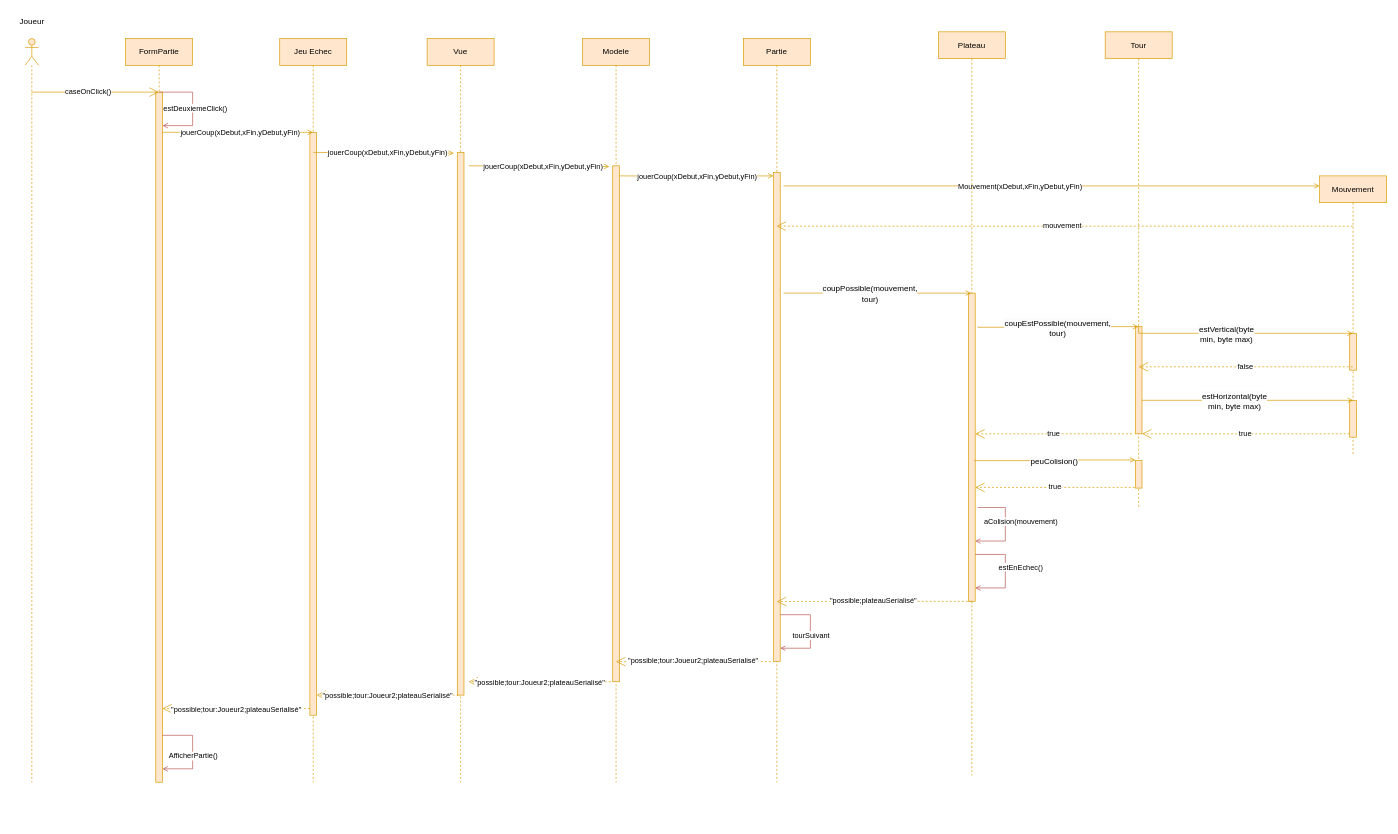
Above: SequenceNominal.drawio in felixcharbonneau/Echec (draw.io), before the change. Source tidied: cells renumbered, new cells numbered last; positions are measured from the earlier drawing's top-left corner, leaving out a move shared by most shapes. Both pictures are drawn from the tidied source at 67%, with x=0, y=0 at pixel (11, 11).
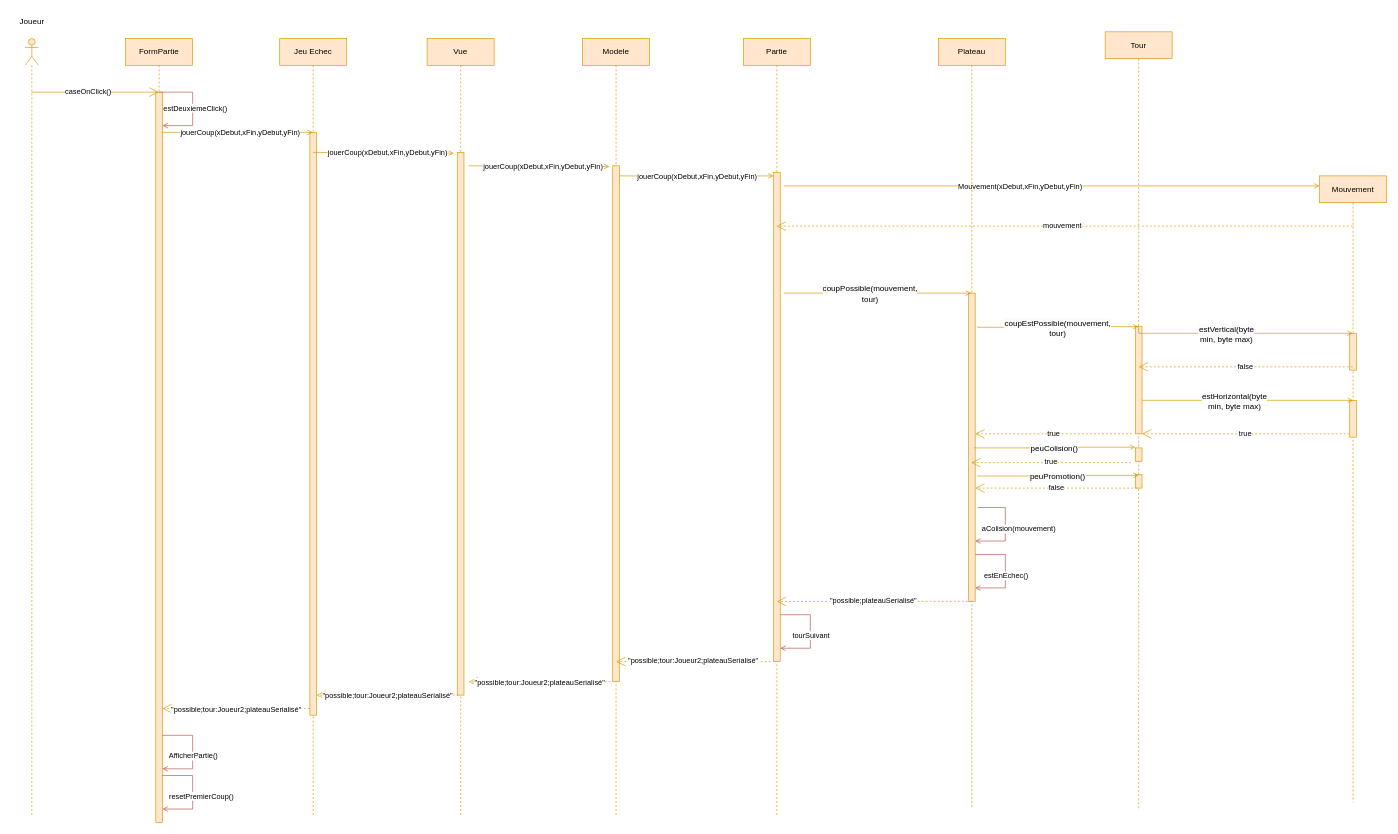
After the change.

Commit message (it also covers changes not shown here):
Mettre à jour SequenceNominal.drawio

The change refers to these unchanged cells:
```xml
<mxCell id="54" style="endArrow=none;endFill=1;endSize=12;html=1;rounded=0;startArrow=open;startFill=0;fillColor=#f8cecc;strokeColor=#b85450;" parent="1" edge="1">
  <mxGeometry relative="1" as="geometry">
    <mxPoint x="1438" y="790" as="sourcePoint" />
    <mxPoint x="1442" y="740" as="targetPoint" />
    <Array as="points">
      <mxPoint x="1483" y="790" />
      <mxPoint x="1483" y="740" />
    </Array>
  </mxGeometry>
</mxCell>
<mxCell id="56" style="endArrow=none;endFill=1;endSize=12;html=1;rounded=0;startArrow=open;startFill=0;fillColor=#f8cecc;strokeColor=#b85450;" parent="1" edge="1">
  <mxGeometry relative="1" as="geometry">
    <mxPoint x="1438" y="860" as="sourcePoint" />
    <mxPoint x="1438" y="810" as="targetPoint" />
    <Array as="points">
      <mxPoint x="1483" y="860" />
      <mxPoint x="1483" y="810" />
    </Array>
  </mxGeometry>
</mxCell>
```

The edit, as a diff of the source:
```diff
@@
     <mxCell id="2" style="shape=umlLifeline;perimeter=lifelinePerimeter;whiteSpace=wrap;html=1;outlineConnect=0;portConstraint=eastwest;newEdgeStyle={&quot;curved&quot;:0,&quot;rounded&quot;:0};participant=umlActor;fillColor=#ffe6cc;strokeColor=#d79b00;" parent="1" vertex="1">
-      <mxGeometry x="20" y="40" width="20" height="1110" as="geometry" />
+      <mxGeometry x="20" y="40" width="20" height="1160" as="geometry" />
     </mxCell>
@@
     <mxCell id="4" value="FormPartie" style="shape=umlLifeline;perimeter=lifelinePerimeter;whiteSpace=wrap;html=1;outlineConnect=0;portConstraint=eastwest;newEdgeStyle={&quot;curved&quot;:0,&quot;rounded&quot;:0};fillColor=#ffe6cc;strokeColor=#d79b00;" parent="1" vertex="1">
-      <mxGeometry x="170" y="40" width="100" height="1110" as="geometry" />
+      <mxGeometry x="170" y="40" width="100" height="1170" as="geometry" />
     </mxCell>
     <mxCell id="5" style="html=1;points=[[0,0,0,0,5],[0,1,0,0,-5],[1,0,0,0,5],[1,1,0,0,-5]];perimeter=orthogonalPerimeter;outlineConnect=0;targetShapes=umlLifeline;portConstraint=eastwest;newEdgeStyle={&quot;curved&quot;:0,&quot;rounded&quot;:0};fillColor=#ffe6cc;strokeColor=#d79b00;" parent="4" vertex="1">
-      <mxGeometry x="45" y="80" width="10" height="1030" as="geometry" />
+      <mxGeometry x="45" y="80" width="10" height="1090" as="geometry" />
     </mxCell>
@@
     <mxCell id="8" value="Jeu Echec" style="shape=umlLifeline;perimeter=lifelinePerimeter;whiteSpace=wrap;html=1;newEdgeStyle={&quot;curved&quot;:0,&quot;rounded&quot;:0};fillColor=#ffe6cc;strokeColor=#d79b00;" parent="1" vertex="1">
-      <mxGeometry x="400" y="40" width="100" height="1110" as="geometry" />
+      <mxGeometry x="400" y="40" width="100" height="1160" as="geometry" />
     </mxCell>
@@
     <mxCell id="14" value="Modele" style="shape=umlLifeline;perimeter=lifelinePerimeter;whiteSpace=wrap;html=1;newEdgeStyle={&quot;curved&quot;:0,&quot;rounded&quot;:0};fillColor=#ffe6cc;strokeColor=#d79b00;" parent="1" vertex="1">
-      <mxGeometry x="852" y="40" width="100" height="1110" as="geometry" />
+      <mxGeometry x="852" y="40" width="100" height="1160" as="geometry" />
     </mxCell>
@@
     <mxCell id="18" value="Partie" style="shape=umlLifeline;perimeter=lifelinePerimeter;whiteSpace=wrap;html=1;outlineConnect=0;portConstraint=eastwest;newEdgeStyle={&quot;curved&quot;:0,&quot;rounded&quot;:0};fillColor=#ffe6cc;strokeColor=#d79b00;" parent="1" vertex="1">
-      <mxGeometry x="1092" y="40" width="100" height="1110" as="geometry" />
+      <mxGeometry x="1092" y="40" width="100" height="1160" as="geometry" />
     </mxCell>
@@
     <mxCell id="22" value="Mouvement" style="shape=umlLifeline;perimeter=lifelinePerimeter;whiteSpace=wrap;html=1;outlineConnect=0;portConstraint=eastwest;newEdgeStyle={&quot;curved&quot;:0,&quot;rounded&quot;:0};fillColor=#ffe6cc;strokeColor=#d79b00;" parent="1" vertex="1">
-      <mxGeometry x="1952" y="245" width="100" height="415" as="geometry" />
+      <mxGeometry x="1952" y="245" width="100" height="935" as="geometry" />
     </mxCell>
@@
     <mxCell id="29" value="Plateau" style="shape=umlLifeline;perimeter=lifelinePerimeter;whiteSpace=wrap;html=1;newEdgeStyle={&quot;curved&quot;:0,&quot;rounded&quot;:0};fillColor=#ffe6cc;strokeColor=#d79b00;" parent="1" vertex="1">
-      <mxGeometry x="1383" y="30" width="100" height="1110" as="geometry" />
+      <mxGeometry x="1383" y="40" width="100" height="1150" as="geometry" />
     </mxCell>
     <mxCell id="30" style="html=1;points=[[0,0,0,0,5],[0,1,0,0,-5],[1,0,0,0,5],[1,1,0,0,-5]];perimeter=orthogonalPerimeter;outlineConnect=0;targetShapes=umlLifeline;portConstraint=eastwest;newEdgeStyle={&quot;curved&quot;:0,&quot;rounded&quot;:0};fillColor=#ffe6cc;strokeColor=#d79b00;" parent="29" vertex="1">
-      <mxGeometry x="45" y="390" width="10" height="460" as="geometry" />
+      <mxGeometry x="45" y="380" width="10" height="460" as="geometry" />
     </mxCell>
@@
     <mxCell id="35" value="Tour" style="shape=umlLifeline;perimeter=lifelinePerimeter;whiteSpace=wrap;html=1;outlineConnect=0;portConstraint=eastwest;newEdgeStyle={&quot;curved&quot;:0,&quot;rounded&quot;:0};fillColor=#ffe6cc;strokeColor=#d79b00;" parent="1" vertex="1">
-      <mxGeometry x="1632" y="30" width="100" height="710" as="geometry" />
+      <mxGeometry x="1632" y="30" width="100" height="1160" as="geometry" />
     </mxCell>
@@
     <mxCell id="37" style="html=1;perimeter=orthogonalPerimeter;targetShapes=umlLifeline;newEdgeStyle={&quot;curved&quot;:0,&quot;rounded&quot;:0};fillColor=#ffe6cc;strokeColor=#d79b00;" parent="35" vertex="1">
-      <mxGeometry x="45" y="640" width="10" height="41" as="geometry" />
+      <mxGeometry x="45" y="621" width="10" height="20" as="geometry" />
     </mxCell>
+    <mxCell id="74" style="html=1;perimeter=orthogonalPerimeter;targetShapes=umlLifeline;newEdgeStyle={&quot;curved&quot;:0,&quot;rounded&quot;:0};fillColor=#ffe6cc;strokeColor=#d79b00;" parent="35" vertex="1">
+      <mxGeometry x="45" y="661" width="10" height="20" as="geometry" />
+    </mxCell>
@@
     <mxCell id="50" style="edgeStyle=orthogonalEdgeStyle;rounded=0;orthogonalLoop=1;jettySize=auto;html=1;curved=0;endArrow=open;endFill=0;fillColor=#ffe6cc;strokeColor=#d79b00;" parent="1" edge="1">
       <mxGeometry relative="1" as="geometry">
-        <mxPoint x="1437" y="669" as="sourcePoint" />
-        <mxPoint x="1677" y="669" as="targetPoint" />
+        <mxPoint x="1437" y="650" as="sourcePoint" />
+        <mxPoint x="1677" y="650" as="targetPoint" />
         <Array as="points">
-          <mxPoint x="1437" y="670" />
-          <mxPoint x="1533" y="670" />
-          <mxPoint x="1533" y="669" />
+          <mxPoint x="1437" y="651" />
+          <mxPoint x="1533" y="651" />
+          <mxPoint x="1533" y="650" />
         </Array>
       </mxGeometry>
     </mxCell>
@@
-    <mxCell id="52" style="endArrow=open;endFill=1;endSize=12;html=1;rounded=0;fillColor=#ffe6cc;strokeColor=#d79b00;dashed=1;exitX=0;exitY=1;exitDx=0;exitDy=-5;exitPerimeter=0;" parent="1" edge="1" target="30">
+    <mxCell id="52" style="endArrow=open;endFill=1;endSize=12;html=1;rounded=0;fillColor=#ffe6cc;strokeColor=#d79b00;dashed=1;exitX=0;exitY=1;exitDx=0;exitDy=-5;exitPerimeter=0;" parent="1" edge="1">
       <mxGeometry relative="1" as="geometry">
-        <mxPoint x="1676" y="710" as="sourcePoint" />
+        <mxPoint x="1671" y="673" as="sourcePoint" />
+        <mxPoint x="1432" y="673" as="targetPoint" />
         <Array as="points">
-          <mxPoint x="1571" y="710" />
+          <mxPoint x="1566" y="673" />
         </Array>
       </mxGeometry>
     </mxCell>
@@
     <mxCell id="55" value="aColision(mouvement)" style="edgeLabel;html=1;align=center;verticalAlign=middle;" parent="54" vertex="1">
       <mxGeometry x="-0.01" y="-3" relative="1" as="geometry">
-        <mxPoint x="19" y="-8" as="offset" />
+        <mxPoint x="16" y="3" as="offset" />
       </mxGeometry>
     </mxCell>
@@
     <mxCell id="57" value="estEnEchec()" style="edgeLabel;html=1;align=center;verticalAlign=middle;" parent="56" vertex="1">
       <mxGeometry x="-0.01" y="-3" relative="1" as="geometry">
-        <mxPoint x="19" y="-8" as="offset" />
+        <mxPoint x="-3" y="5" as="offset" />
       </mxGeometry>
     </mxCell>
@@
     <mxCell id="60" value="Vue" style="shape=umlLifeline;perimeter=lifelinePerimeter;whiteSpace=wrap;html=1;newEdgeStyle={&quot;curved&quot;:0,&quot;rounded&quot;:0};fillColor=#ffe6cc;strokeColor=#d79b00;" parent="1" vertex="1">
-      <mxGeometry x="620" y="40" width="100" height="1110" as="geometry" />
+      <mxGeometry x="620" y="40" width="100" height="1160" as="geometry" />
     </mxCell>
@@
+    <mxCell id="75" style="edgeStyle=orthogonalEdgeStyle;rounded=0;orthogonalLoop=1;jettySize=auto;html=1;curved=0;endArrow=open;endFill=0;fillColor=#ffe6cc;strokeColor=#d79b00;" parent="1" edge="1">
+      <mxGeometry relative="1" as="geometry">
+        <mxPoint x="1442" y="692" as="sourcePoint" />
+        <mxPoint x="1682" y="692" as="targetPoint" />
+        <Array as="points">
+          <mxPoint x="1442" y="693" />
+          <mxPoint x="1538" y="693" />
+          <mxPoint x="1538" y="692" />
+        </Array>
+      </mxGeometry>
+    </mxCell>
+    <mxCell id="76" value="&lt;span style=&quot;font-size: 12px; text-align: left; text-wrap-mode: wrap; background-color: rgb(251, 251, 251);&quot;&gt;peuPromotion()&lt;/span&gt;" style="edgeLabel;html=1;align=center;verticalAlign=middle;" parent="75" vertex="1">
+      <mxGeometry x="-0.52" y="-2" relative="1" as="geometry">
+        <mxPoint x="61" y="-2" as="offset" />
+      </mxGeometry>
+    </mxCell>
+    <mxCell id="77" style="endArrow=open;endFill=1;endSize=12;html=1;rounded=0;fillColor=#ffe6cc;strokeColor=#d79b00;dashed=1;exitX=0;exitY=1;exitDx=0;exitDy=-5;exitPerimeter=0;" parent="1" edge="1">
+      <mxGeometry relative="1" as="geometry">
+        <mxPoint x="1680" y="711" as="sourcePoint" />
+        <mxPoint x="1438" y="711" as="targetPoint" />
+        <Array as="points">
+          <mxPoint x="1575" y="711" />
+        </Array>
+      </mxGeometry>
+    </mxCell>
+    <mxCell id="78" value="false" style="edgeLabel;html=1;align=center;verticalAlign=middle;" parent="77" vertex="1">
+      <mxGeometry x="0.01" y="-2" relative="1" as="geometry" />
+    </mxCell>
+    <mxCell id="79" style="endArrow=none;endFill=1;endSize=12;html=1;rounded=0;startArrow=open;startFill=0;fillColor=#f8cecc;strokeColor=#b85450;" parent="1" edge="1">
+      <mxGeometry relative="1" as="geometry">
+        <mxPoint x="225" y="1190" as="sourcePoint" />
+        <mxPoint x="225" y="1140" as="targetPoint" />
+        <Array as="points">
+          <mxPoint x="270" y="1190" />
+          <mxPoint x="270" y="1140" />
+        </Array>
+      </mxGeometry>
+    </mxCell>
+    <mxCell id="80" value="resetPremierCoup()" style="edgeLabel;html=1;align=center;verticalAlign=middle;" parent="79" vertex="1">
+      <mxGeometry x="-0.01" y="-3" relative="1" as="geometry">
+        <mxPoint x="9" y="4" as="offset" />
+      </mxGeometry>
+    </mxCell>
```
